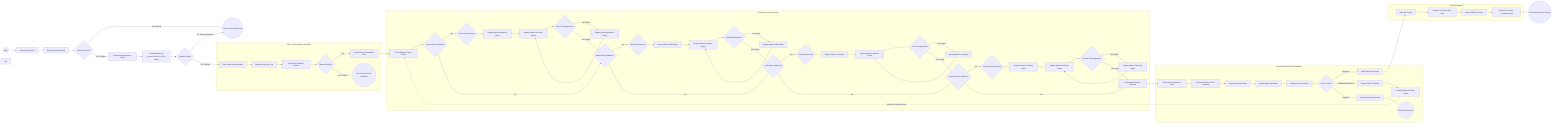
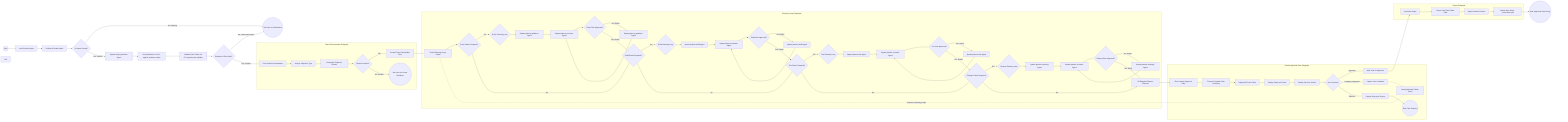
flowchart LR
    %% GOAL: Orchestrate planning agents to create executable plans without execution.
    %% PROFILE: Orchestration-Planning
    %% OUTPUT: Approved plan folder in docs/plans/live/, ready for _orchestrate.yml
    %% GUIDELINE: PLANNING ONLY policy - no execution, no exploration loops.
    %% GUIDELINE: User provides all necessary context in their prompt - no discovery phase.
    %% GUIDELINE: assets/definitions/plans.yml - Plan types and folder structure
    %% INPUT_PATH: agents/orchestration/orchestration-planning/inputs.yml

    Start((Start)) --> LoadInputs[Load Context Inputs]

    %% ========================================
    %% INPUT VALIDATION PHASE
    %% ========================================
    %% Verify all required context is provided in the user prompt.
    %% Unlike orchestration-build, NO exploration phase - user supplies context.
    LoadInputs --> ReviewInputs[Review All Listed Inputs]
    ReviewInputs --> CheckInputs{All Inputs Found?}

    %% If inputs are missing, ask user for clarification (no self-healing search)
    CheckInputs -- "No: Missing" --> AskUser((Ask User for Clarification))

    %% Proceed when context is verified
    CheckInputs -- "Yes: Verified" --> SpawnDeployWorktree[Spawn deploy-worktree Agent]

    %% ========================================
    %% WORKTREE & PLAN FOLDER SETUP
    %% ========================================
-     %% deploy-worktree agent handles worktree setup and verification
-     %% Creates or locates live plan folder (YYMMDDRepo_Branch/)
-     SpawnDeployWorktree --> VerifyWorktree[Verify Worktree & Locate/Create Live Plan Folder]
-     VerifyWorktree --> WorktreeValid{Worktree Valid?}
+     %% CLI OFFLOAD: Use agentic-cli commands for worktree and plan operations
+     %% - agentic worktree create: Creates worktree with plan folder
+     %% - agentic worktree status: Verifies worktree configuration
+     %% - agentic plan validate: Validates plan folder structure
+     %% deploy-worktree agent orchestrates CLI commands
+     SpawnDeployWorktree --> VerifyWorktree[Verify Worktree via CLI: agentic worktree status]
+     VerifyWorktree --> ValidatePlanFolder[Validate Plan Folder via CLI: agentic plan validate]
+     ValidatePlanFolder --> WorktreeValid{Worktree & Plan Valid?}
    WorktreeValid -- "No: Failed verification" --> AskUser

    %% ========================================
    %% PHASE DETERMINATION
    %% ========================================
    %% Orchestration-planning agent analyzes objective and determines required phases.
    %% Possible phases: teach, build, test, cleanup
    %% Each phase will get its own plan_live_<phase>.yml file
    WorktreeValid -- "Yes: Verified" --> PhaseDetermination[Enter Phase Determination]

    subgraph PhaseDetermination_SG ["Phase Determination Subgraph"]
        %% Orchestration-planning determines phases based on objective type:
        %% - teach: guidance, process, or documentation improvements
        %% - build: code implementation or feature development
        %% - test: test strategy and validation tasks
        %% - cleanup: code cleanup, audit, or removal tasks
        %% Creates placeholder .yml files for each required phase
        PhaseDetermination --> AnalyzeObjective[Analyze Objective Type]
        AnalyzeObjective --> DeterminePhases[Determine Required Phases]
        DeterminePhases --> PhasesDecided{Phases Decided?}

        %% List possible phases: teach, build, test, cleanup
        PhasesDecided -- "Yes" --> CreatePlaceholders[Create Phase Placeholder Files]
        PhasesDecided -- "No: Unclear" --> EscalatePhases((Ask User for Phase Guidance))
    end

    %% ========================================
    %% PLANNING LOOPS PHASE
    %% ========================================
    %% LOOP_DEFINITION: assets/definitions/agent-loops.yml#planner-loop
    %% MAX_ITERATIONS: 5 (per planner-loop definition)
    %% ESCALATION: If max iterations reached without approval, stop and Ask User
    %%
    %% For each required phase, spawn specialized planner + reviewer loop:
    %% - planner-guidance: Teaching/guidance plans
    %% - planner-build: Build/implementation plans
    %% - planner-test: Test strategy plans
    %% - planner-cleaning: Cleanup/audit plans
    CreatePlaceholders --> PlanningLoops[Enter Planning Loops Phase]

    subgraph PlanningLoops_SG ["Planning Loops Subgraph"]
        %% ----------------------------------------
        %% TEACH PLANNING LOOP (if teach phase required)
        %% ----------------------------------------
        PlanningLoops --> CheckTeach{Teach Phase Required?}
        CheckTeach -- "Yes" --> TeachPlanLoop{Teach Planning Loop}

        TeachPlanLoop --> SpawnPlannerTeach[Spawn planner-guidance Agent]
        SpawnPlannerTeach --> SpawnTeachReviewer[Spawn planner-reviewer Agent]
        SpawnTeachReviewer --> TeachPlanApproved{Teach Plan Approved?}

        %% Iterative refinement for teach plan
        TeachPlanApproved -- "No: Refine" --> SpawnPlannerTeachFix[Spawn planner-guidance Agent]
        SpawnPlannerTeachFix --> SpawnTeachReviewer

        TeachPlanApproved -- "Yes: Ready" --> CheckBuild{Build Phase Required?}
        CheckTeach -- "No" --> CheckBuild

        %% ----------------------------------------
        %% BUILD PLANNING LOOP (if build phase required)
        %% ----------------------------------------
        CheckBuild -- "Yes" --> BuildPlanLoop{Build Planning Loop}

        BuildPlanLoop --> SpawnPlannerBuild[Spawn planner-build Agent]
        SpawnPlannerBuild --> SpawnBuildReviewer[Spawn planner-reviewer Agent]
        SpawnBuildReviewer --> BuildPlanApproved{Build Plan Approved?}

        %% Iterative refinement for build plan
        BuildPlanApproved -- "No: Refine" --> SpawnPlannerBuildFix[Spawn planner-build Agent]
        SpawnPlannerBuildFix --> SpawnBuildReviewer

        BuildPlanApproved -- "Yes: Ready" --> CheckTest{Test Phase Required?}
        CheckBuild -- "No" --> CheckTest

        %% ----------------------------------------
        %% TEST PLANNING LOOP (if test phase required)
        %% ----------------------------------------
        CheckTest -- "Yes" --> TestPlanLoop{Test Planning Loop}

        TestPlanLoop --> SpawnPlannerTest[Spawn planner-test Agent]
        SpawnPlannerTest --> SpawnTestReviewer[Spawn planner-reviewer Agent]
        SpawnTestReviewer --> TestPlanApproved{Test Plan Approved?}

        %% Iterative refinement for test plan
        TestPlanApproved -- "No: Refine" --> SpawnPlannerTestFix[Spawn planner-test Agent]
        SpawnPlannerTestFix --> SpawnTestReviewer

        TestPlanApproved -- "Yes: Ready" --> CheckCleanup{Cleanup Phase Required?}
        CheckTest -- "No" --> CheckCleanup

        %% ----------------------------------------
        %% CLEANUP PLANNING LOOP (if cleanup phase required)
        %% ----------------------------------------
        CheckCleanup -- "Yes" --> CleanupPlanLoop{Cleanup Planning Loop}

        CleanupPlanLoop --> SpawnPlannerCleanup[Spawn planner-cleaning Agent]
        SpawnPlannerCleanup --> SpawnCleanupReviewer[Spawn planner-reviewer Agent]
        SpawnCleanupReviewer --> CleanupPlanApproved{Cleanup Plan Approved?}

        %% Iterative refinement for cleanup plan
        CleanupPlanApproved -- "No: Refine" --> SpawnPlannerCleanupFix[Spawn planner-cleaning Agent]
        SpawnPlannerCleanupFix --> SpawnCleanupReviewer

        CleanupPlanApproved -- "Yes: Ready" --> AllPhasesPlanned[All Required Phases Planned]
        CheckCleanup -- "No" --> AllPhasesPlanned
    end

    %% ========================================
    %% HUMAN APPROVAL GATE
    %% ========================================
    %% Present complete plan to user for final approval.
    %% User can: approve, request changes, or reject.
    %% This is the critical gate before plan is marked ready for execution.
    AllPhasesPlanned --> HumanApproval[Enter Human Approval Gate]

    subgraph HumanApproval_SG ["Human Approval Gate Subgraph"]
        HumanApproval --> PresentPlan[Present Complete Plan Summary]
        PresentPlan --> ShowPhases[Display All Phase Plans]
        ShowPhases --> ShowTasks[Display Tasks per Phase]
        ShowTasks --> ShowCriteria[Display Success Criteria]
        ShowCriteria --> UserDecision{User Decision?}

        %% User approves - proceed to output
        UserDecision -- "Approved" --> MarkApproved[Mark Plan as Approved]

        %% User requests changes - return to planning loops with feedback
        UserDecision -- "Changes Requested" --> CaptureChanges[Capture User Feedback]
        CaptureChanges --> IdentifyAffectedPhases[Identify Affected Phase Plans]
        IdentifyAffectedPhases -.->|Return to Planning Loops| PlanningLoops

        %% User rejects - terminate with explanation
        UserDecision -- "Rejected" --> CaptureRejection[Capture Rejection Reason]
        CaptureRejection --> RejectEnd((End: Plan Rejected))
    end

    %% ========================================
    %% OUTPUT PHASE
    %% ========================================
    %% Output the approved plan folder path.
    %% Plan is ready for _orchestrate.yml entrypoints.
    MarkApproved --> OutputPhase[Generate Output]

    subgraph Output_SG ["Output Subgraph"]
        OutputPhase --> ReportPlanLocation[Report Live Plan Folder Path]
        ReportPlanLocation --> ReportPhases[Report Phases Created]
        ReportPhases --> ReportNextSteps[Report Next Steps: _orchestrate.yml]
    end

    ReportNextSteps --> End((End: Approved Plan Ready))

    %% ========================================
    %% STYLING
    %% ========================================
    %% Dotted lines for feedback loops (return paths from Human Approval)
    %% These represent plan refinement cycles based on user feedback
    %% Edge index 57 is: IdentifyAffectedPhases -.-> PlanningLoops
    classDef dashedstroke stroke-dasharray: 5 5;
    linkStyle 57 stroke:#888,stroke-width:2px,stroke-dasharray: 5 5;
